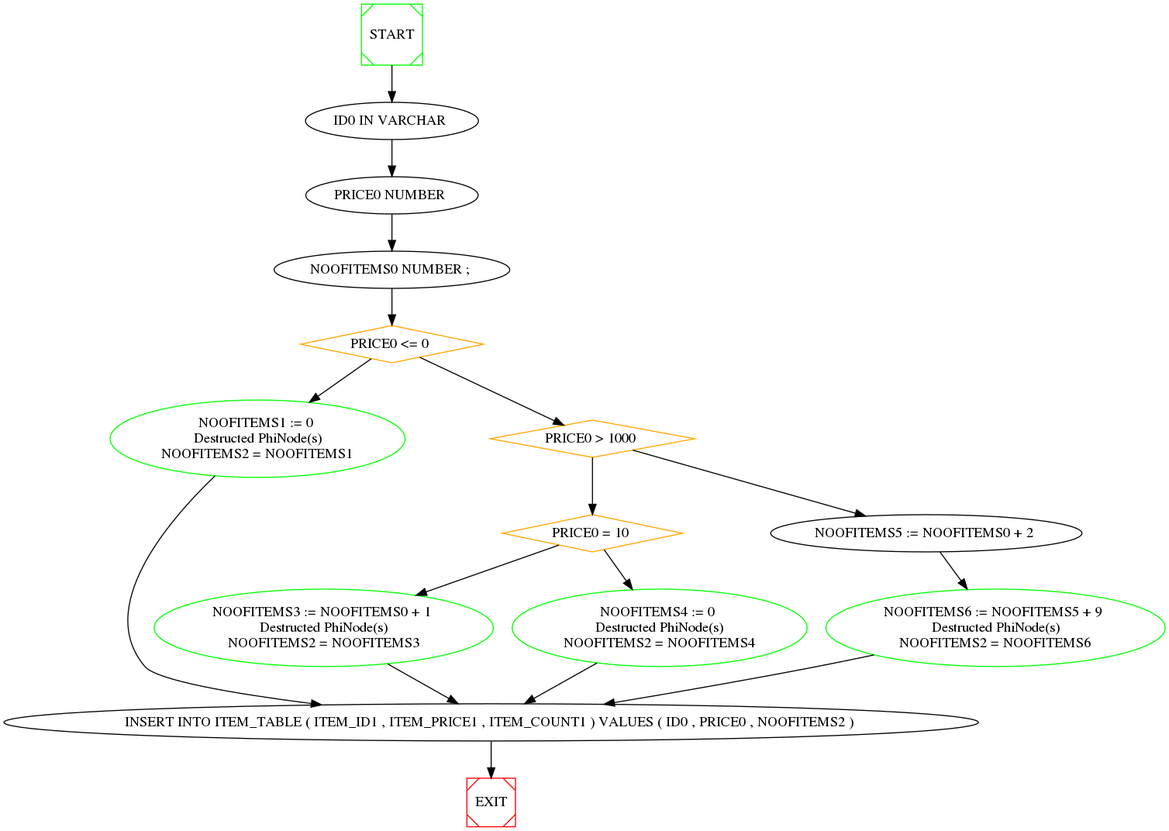
Earlier version of the Graphviz export se/destructed_phi_node_wala_graph.png (NabeelQaiser/BTP_2k18-19). Its source is kept beside it as se/destructed_phi_node_wala_graph.dot.
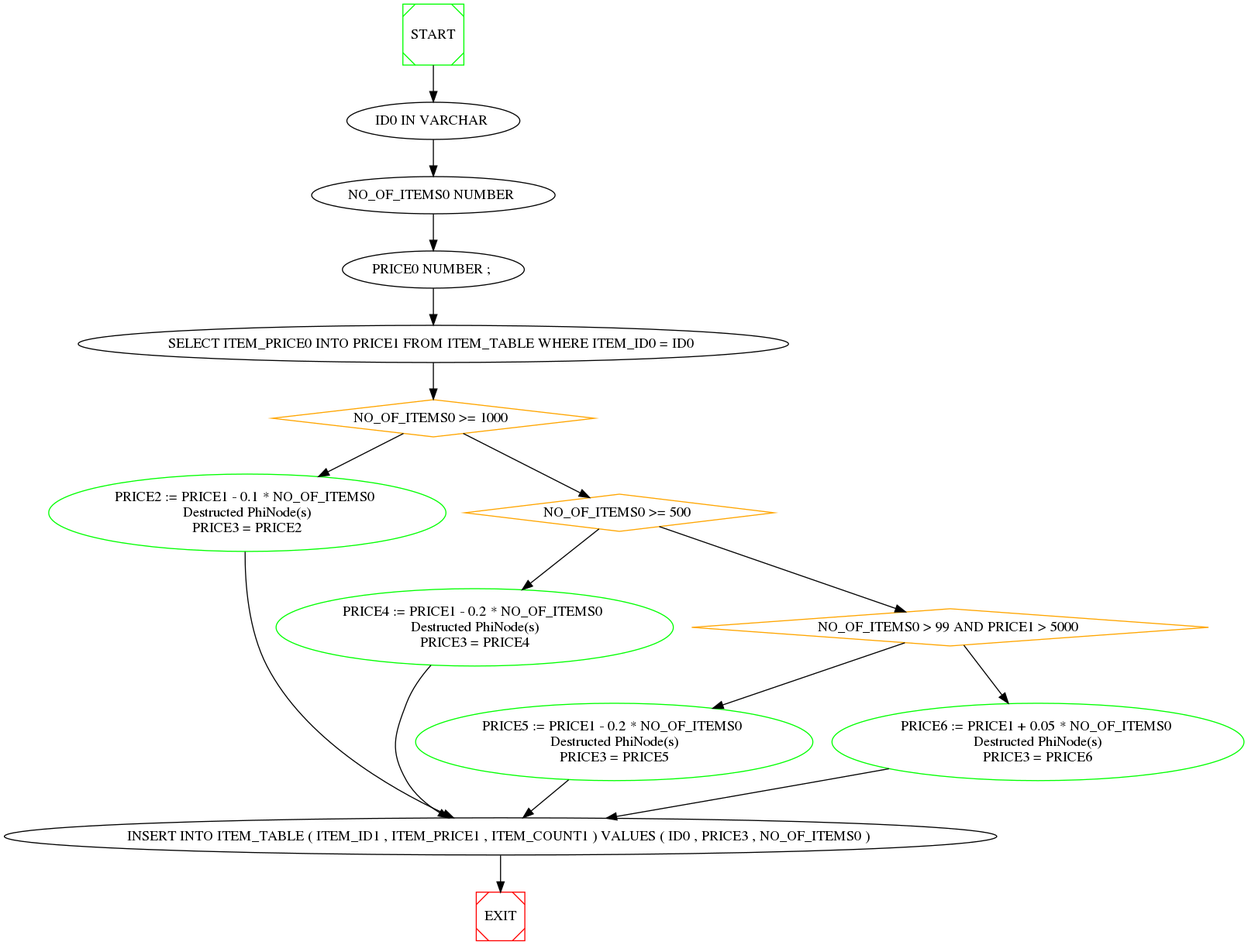
After the commit.

The edit, as a diff of the source:
```diff
@@ -9,50 +9,50 @@
 
 	1 -> 2 ;
 
-	2[ label="PRICE0 NUMBER "  ] ;
+	2[ label="NO_OF_ITEMS0 NUMBER "  ] ;
 
 	2 -> 3 ;
 
-	3[ label="NOOFITEMS0 NUMBER ; "  ] ;
+	3[ label="PRICE0 NUMBER ; "  ] ;
 
 	3 -> 4 ;
 
-	4[ label="PRICE0 <= 0 " , color=orange, shape=diamond ] ;
+	4[ label="SELECT ITEM_PRICE0 INTO PRICE1 FROM ITEM_TABLE WHERE ITEM_ID0 = ID0 "  ] ;
 
 	4 -> 5 ;
-	4 -> 6 ;
 
-	5[ label="NOOFITEMS1 := 0 \nDestructed PhiNode(s)\nNOOFITEMS2 = NOOFITEMS1" , color=green ] ;
+	5[ label="NO_OF_ITEMS0 >= 1000 " , color=orange, shape=diamond ] ;
 
-	5 -> 12 ;
+	5 -> 6 ;
+	5 -> 7 ;
 
-	6[ label="PRICE0 > 1000 " , color=orange, shape=diamond ] ;
+	6[ label="PRICE2 := PRICE1 - 0.1 * NO_OF_ITEMS0 \nDestructed PhiNode(s)\nPRICE3 = PRICE2" , color=green ] ;
 
-	6 -> 9 ;
-	6 -> 7 ;
+	6 -> 12 ;
 
-	7[ label="NOOFITEMS5 := NOOFITEMS0 + 2 "  ] ;
+	7[ label="NO_OF_ITEMS0 >= 500 " , color=orange, shape=diamond ] ;
 
 	7 -> 8 ;
+	7 -> 9 ;
 
-	8[ label="NOOFITEMS6 := NOOFITEMS5 + 9 \nDestructed PhiNode(s)\nNOOFITEMS2 = NOOFITEMS6" , color=green ] ;
+	8[ label="PRICE4 := PRICE1 - 0.2 * NO_OF_ITEMS0 \nDestructed PhiNode(s)\nPRICE3 = PRICE4" , color=green ] ;
 
 	8 -> 12 ;
 
-	9[ label="PRICE0 = 10 " , color=orange, shape=diamond ] ;
+	9[ label="NO_OF_ITEMS0 > 99 AND PRICE1 > 5000 " , color=orange, shape=diamond ] ;
 
 	9 -> 10 ;
 	9 -> 11 ;
 
-	10[ label="NOOFITEMS3 := NOOFITEMS0 + 1 \nDestructed PhiNode(s)\nNOOFITEMS2 = NOOFITEMS3" , color=green ] ;
+	10[ label="PRICE5 := PRICE1 - 0.2 * NO_OF_ITEMS0 \nDestructed PhiNode(s)\nPRICE3 = PRICE5" , color=green ] ;
 
 	10 -> 12 ;
 
-	11[ label="NOOFITEMS4 := 0 \nDestructed PhiNode(s)\nNOOFITEMS2 = NOOFITEMS4" , color=green ] ;
+	11[ label="PRICE6 := PRICE1 + 0.05 * NO_OF_ITEMS0 \nDestructed PhiNode(s)\nPRICE3 = PRICE6" , color=green ] ;
 
 	11 -> 12 ;
 
-	12[ label="INSERT INTO ITEM_TABLE ( ITEM_ID1 , ITEM_PRICE1 , ITEM_COUNT1 ) VALUES ( ID0 , PRICE0 , NOOFITEMS2 ) "  ] ;
+	12[ label="INSERT INTO ITEM_TABLE ( ITEM_ID1 , ITEM_PRICE1 , ITEM_COUNT1 ) VALUES ( ID0 , PRICE3 , NO_OF_ITEMS0 ) "  ] ;
 
 
 	0[ label="START", shape=Msquare, color=green ] ;
```
